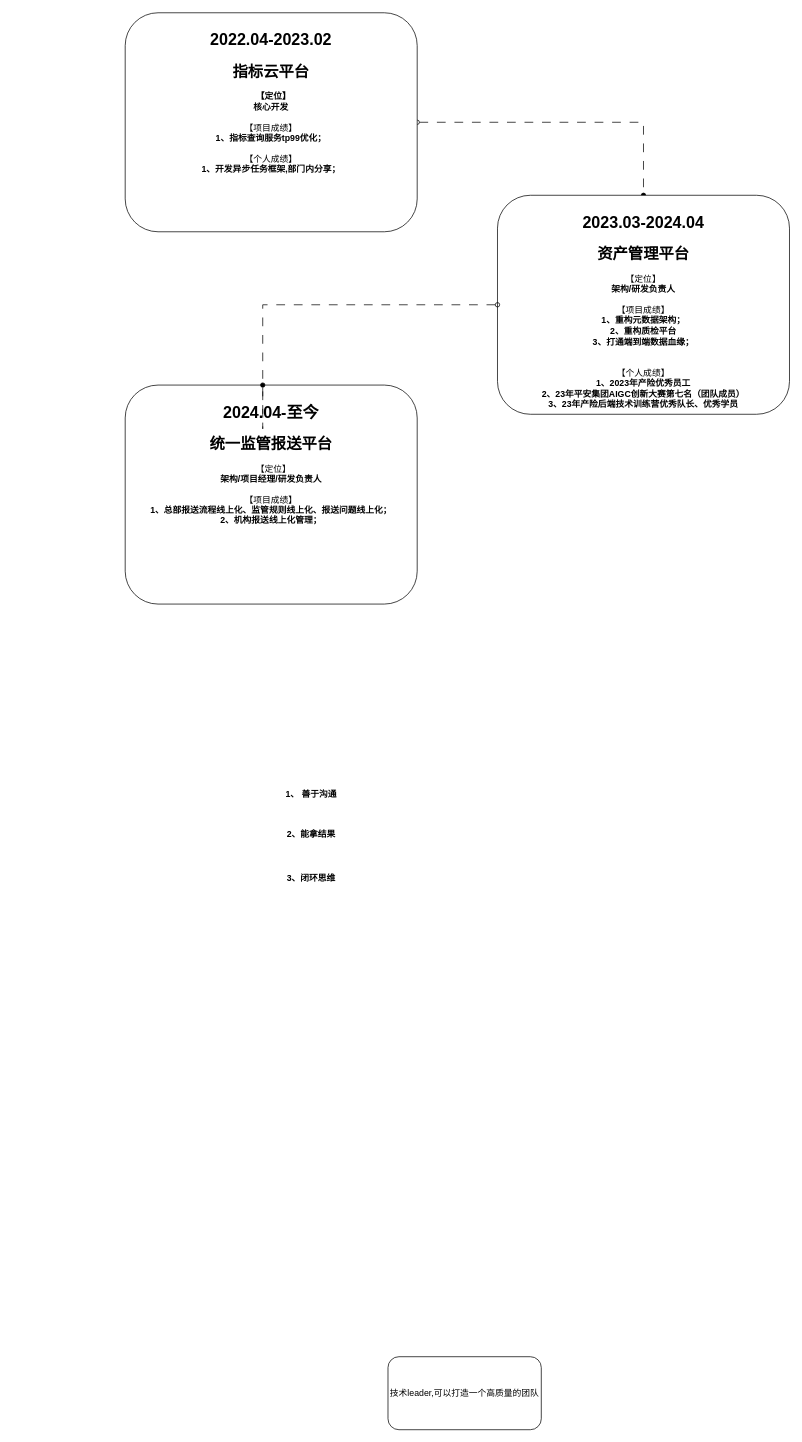
Above: page "个人履历" (1 of 3) of 个人材料.drawio in n-i-n-g-e-n/drawio (draw.io), before the change. Source tidied: cells renumbered, new cells numbered last; positions are measured from the earlier drawing's top-left corner, leaving out a move shared by most shapes. Both pictures are drawn from the tidied source at 73%, with x=0, y=0 at pixel (125, 12).
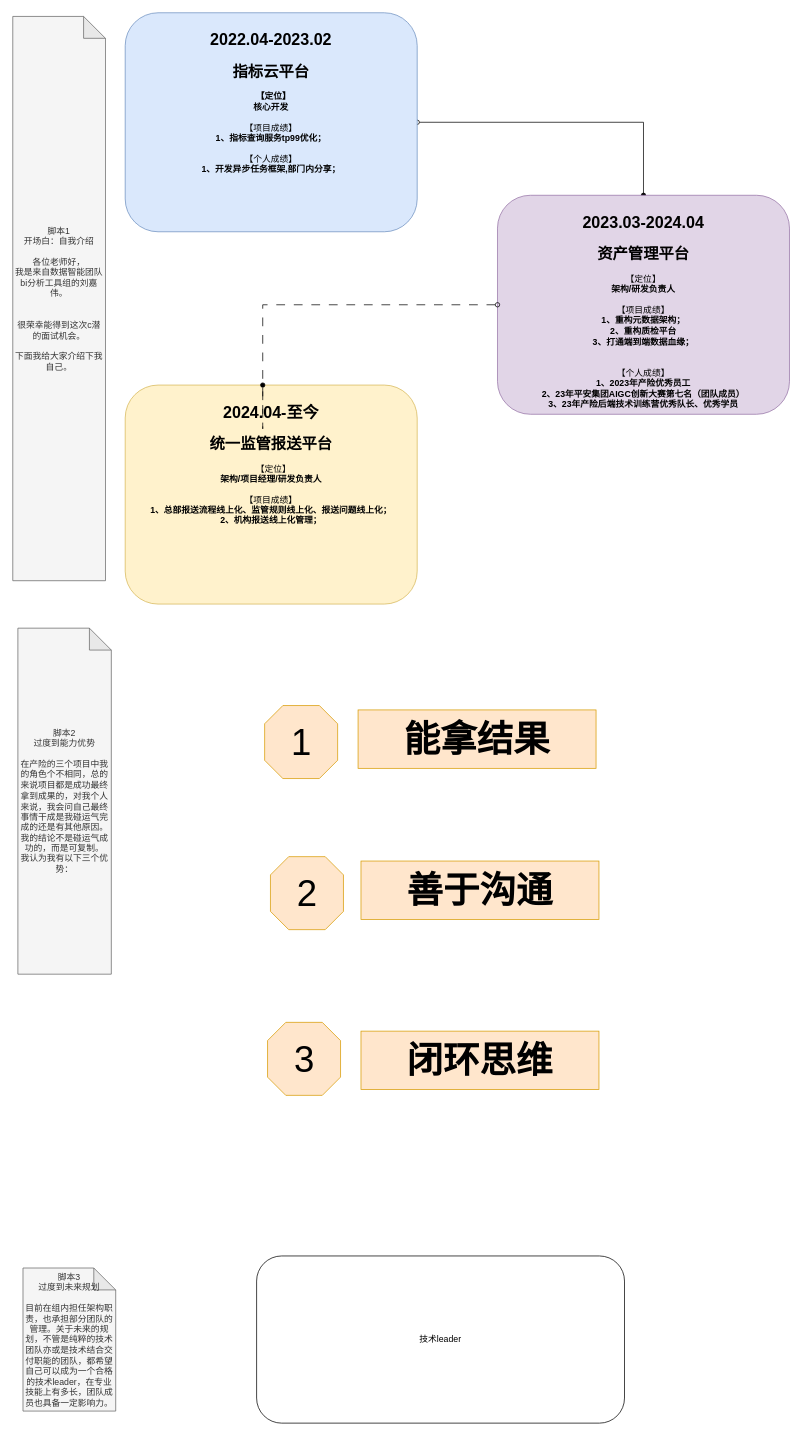
Above is the later version.

The edit, as a diff of the source:
```diff
@@
 <mxGraphModel>
   <root>
     <mxCell id="0" />
     <mxCell id="1" parent="0" />
-    <mxCell id="2" style="edgeStyle=orthogonalEdgeStyle;rounded=0;jettySize=auto;html=1;exitX=1;exitY=0.5;exitDx=0;exitDy=0;entryX=0.5;entryY=0;entryDx=0;entryDy=0;dashed=1;dashPattern=12 12;startArrow=oval;startFill=0;endArrow=oval;endFill=1;" parent="1" edge="1" source="3" target="8">
+    <mxCell id="2" style="edgeStyle=orthogonalEdgeStyle;rounded=0;jettySize=auto;html=1;exitX=1;exitY=0.5;exitDx=0;exitDy=0;entryX=0.5;entryY=0;entryDx=0;entryDy=0;startArrow=oval;startFill=0;endArrow=oval;endFill=1;" parent="1" edge="1" source="3" target="8">
       <mxGeometry relative="1" as="geometry" />
     </mxCell>
-    <mxCell id="3" value="&lt;h1&gt;&lt;font style=&quot;font-size: 22px;&quot;&gt;2022.04-2023.02&lt;/font&gt;&lt;/h1&gt;&lt;div&gt;&lt;span style=&quot;font-size: 21px;&quot;&gt;&lt;b&gt;指标云平台&lt;/b&gt;&lt;/span&gt;&lt;/div&gt;&lt;div&gt;&lt;br&gt;&lt;/div&gt;&lt;div&gt;&lt;b&gt;&amp;nbsp;&amp;nbsp;【定位】&lt;/b&gt;&lt;/div&gt;&lt;div&gt;&lt;b style=&quot;background-color: initial;&quot;&gt;核心开发&lt;/b&gt;&lt;/div&gt;&lt;div&gt;&lt;b style=&quot;background-color: initial;&quot;&gt;&lt;br&gt;&lt;/b&gt;&lt;/div&gt;&lt;div&gt;&lt;span style=&quot;background-color: initial;&quot;&gt;【项目成绩&lt;/span&gt;&lt;span style=&quot;background-color: initial;&quot;&gt;】&lt;/span&gt;&lt;br&gt;&lt;/div&gt;&lt;div&gt;&lt;b style=&quot;background-color: initial;&quot;&gt;1、指标查询服务tp99优化；&lt;/b&gt;&lt;/div&gt;&lt;div&gt;&lt;b style=&quot;background-color: initial;&quot;&gt;&lt;br&gt;&lt;/b&gt;&lt;/div&gt;&lt;div&gt;【个人成绩】&lt;/div&gt;&lt;div&gt;&lt;div&gt;&lt;b&gt;1、开发异步任务框架,部门内分享；&lt;/b&gt;&lt;/div&gt;&lt;/div&gt;&lt;div&gt;&lt;b&gt;&lt;br&gt;&lt;/b&gt;&lt;/div&gt;&lt;div&gt;&lt;b&gt;&lt;br&gt;&lt;/b&gt;&lt;/div&gt;" style="rounded=1;whiteSpace=wrap;html=1;horizontal=1;verticalAlign=top;" parent="1" vertex="1">
+    <mxCell id="3" value="&lt;h1&gt;&lt;font style=&quot;font-size: 22px;&quot;&gt;2022.04-2023.02&lt;/font&gt;&lt;/h1&gt;&lt;div&gt;&lt;span style=&quot;font-size: 21px;&quot;&gt;&lt;b&gt;指标云平台&lt;/b&gt;&lt;/span&gt;&lt;/div&gt;&lt;div&gt;&lt;br&gt;&lt;/div&gt;&lt;div&gt;&lt;b&gt;&amp;nbsp;&amp;nbsp;【定位】&lt;/b&gt;&lt;/div&gt;&lt;div&gt;&lt;b style=&quot;background-color: initial;&quot;&gt;核心开发&lt;/b&gt;&lt;/div&gt;&lt;div&gt;&lt;b style=&quot;background-color: initial;&quot;&gt;&lt;br&gt;&lt;/b&gt;&lt;/div&gt;&lt;div&gt;&lt;span style=&quot;background-color: initial;&quot;&gt;【项目成绩&lt;/span&gt;&lt;span style=&quot;background-color: initial;&quot;&gt;】&lt;/span&gt;&lt;br&gt;&lt;/div&gt;&lt;div&gt;&lt;b style=&quot;background-color: initial;&quot;&gt;1、指标查询服务tp99优化；&lt;/b&gt;&lt;/div&gt;&lt;div&gt;&lt;b style=&quot;background-color: initial;&quot;&gt;&lt;br&gt;&lt;/b&gt;&lt;/div&gt;&lt;div&gt;【个人成绩】&lt;/div&gt;&lt;div&gt;&lt;div&gt;&lt;b&gt;1、开发异步任务框架,部门内分享；&lt;/b&gt;&lt;/div&gt;&lt;/div&gt;&lt;div&gt;&lt;b&gt;&lt;br&gt;&lt;/b&gt;&lt;/div&gt;&lt;div&gt;&lt;b&gt;&lt;br&gt;&lt;/b&gt;&lt;/div&gt;" style="rounded=1;whiteSpace=wrap;html=1;horizontal=1;verticalAlign=top;fillColor=#dae8fc;strokeColor=#6c8ebf;" parent="1" vertex="1">
       <mxGeometry width="400" height="300" as="geometry" />
     </mxCell>
-    <mxCell id="4" value="1、 善于沟通" style="text;html=1;align=center;verticalAlign=middle;whiteSpace=wrap;rounded=0;fontStyle=1;" parent="1" vertex="1">
-      <mxGeometry x="170" y="1051" width="170" height="40" as="geometry" />
+    <mxCell id="4" value="善于沟通" style="text;html=1;align=center;verticalAlign=middle;whiteSpace=wrap;rounded=0;fontStyle=1;fontSize=50;fillColor=#ffe6cc;strokeColor=#d79b00;" parent="1" vertex="1">
+      <mxGeometry x="323" y="1162" width="326" height="80" as="geometry" />
     </mxCell>
-    <mxCell id="5" value="2、能拿结果" style="text;html=1;align=center;verticalAlign=middle;whiteSpace=wrap;rounded=0;fontStyle=1;" parent="1" vertex="1">
-      <mxGeometry x="170" y="1111" width="170" height="30" as="geometry" />
-    </mxCell>
-    <mxCell id="6" value="3、闭环思维" style="text;html=1;align=center;verticalAlign=middle;whiteSpace=wrap;rounded=0;fontStyle=1;" parent="1" vertex="1">
-      <mxGeometry x="195" y="1171" width="120" height="30" as="geometry" />
-    </mxCell>
-    <mxCell id="7" value="技术leader,可以打造一个高质量的团队" style="rounded=1;whiteSpace=wrap;html=1;" parent="1" vertex="1">
-      <mxGeometry x="360" y="1841" width="210" height="100" as="geometry" />
+    <mxCell id="7" value="技术leader" style="rounded=1;whiteSpace=wrap;html=1;" parent="1" vertex="1">
+      <mxGeometry x="180" y="1703" width="504" height="229" as="geometry" />
     </mxCell>
-    <mxCell id="8" value="&lt;h1&gt;&lt;font style=&quot;font-size: 22px;&quot;&gt;2023.03-2024.04&lt;/font&gt;&lt;/h1&gt;&lt;div&gt;&lt;span style=&quot;font-size: 21px;&quot;&gt;&lt;b&gt;资产管理平台&lt;/b&gt;&lt;/span&gt;&lt;/div&gt;&lt;div&gt;&lt;b style=&quot;background-color: initial;&quot;&gt;&lt;br&gt;&lt;/b&gt;&lt;/div&gt;&lt;div&gt;&lt;span style=&quot;background-color: initial;&quot;&gt;【定位】&lt;/span&gt;&lt;br&gt;&lt;/div&gt;&lt;div&gt;&lt;b&gt;架构/研发负责人&lt;/b&gt;&lt;/div&gt;&lt;div&gt;&lt;br&gt;&lt;/div&gt;&lt;div&gt;【项目成绩】&lt;/div&gt;&lt;div&gt;&lt;b&gt;1、重构元数据架构；&lt;/b&gt;&lt;/div&gt;&lt;div&gt;&lt;b&gt;2、重构质检平台&lt;/b&gt;&lt;/div&gt;&lt;div&gt;&lt;b&gt;3、打通端到端数据血缘；&lt;/b&gt;&lt;/div&gt;&lt;div&gt;&lt;b&gt;&lt;br&gt;&lt;/b&gt;&lt;/div&gt;&lt;div&gt;&lt;b&gt;&lt;br&gt;&lt;/b&gt;&lt;/div&gt;&lt;div&gt;【个人成绩】&lt;/div&gt;&lt;div&gt;&lt;b&gt;1、2023年产险优秀员工&lt;/b&gt;&lt;/div&gt;&lt;div&gt;&lt;b&gt;2、23年平安集团AIGC创新大赛第七名（团队成员）&lt;/b&gt;&lt;/div&gt;&lt;div&gt;&lt;b&gt;3、23年产险后端技术训练营优秀队长、优秀学员&lt;/b&gt;&lt;/div&gt;" style="rounded=1;whiteSpace=wrap;html=1;horizontal=1;verticalAlign=top;" parent="1" vertex="1">
+    <mxCell id="8" value="&lt;h1&gt;&lt;font style=&quot;font-size: 22px;&quot;&gt;2023.03-2024.04&lt;/font&gt;&lt;/h1&gt;&lt;div&gt;&lt;span style=&quot;font-size: 21px;&quot;&gt;&lt;b&gt;资产管理平台&lt;/b&gt;&lt;/span&gt;&lt;/div&gt;&lt;div&gt;&lt;b style=&quot;background-color: initial;&quot;&gt;&lt;br&gt;&lt;/b&gt;&lt;/div&gt;&lt;div&gt;&lt;span style=&quot;background-color: initial;&quot;&gt;【定位】&lt;/span&gt;&lt;br&gt;&lt;/div&gt;&lt;div&gt;&lt;b&gt;架构/研发负责人&lt;/b&gt;&lt;/div&gt;&lt;div&gt;&lt;br&gt;&lt;/div&gt;&lt;div&gt;【项目成绩】&lt;/div&gt;&lt;div&gt;&lt;b&gt;1、重构元数据架构；&lt;/b&gt;&lt;/div&gt;&lt;div&gt;&lt;b&gt;2、重构质检平台&lt;/b&gt;&lt;/div&gt;&lt;div&gt;&lt;b&gt;3、打通端到端数据血缘；&lt;/b&gt;&lt;/div&gt;&lt;div&gt;&lt;b&gt;&lt;br&gt;&lt;/b&gt;&lt;/div&gt;&lt;div&gt;&lt;b&gt;&lt;br&gt;&lt;/b&gt;&lt;/div&gt;&lt;div&gt;【个人成绩】&lt;/div&gt;&lt;div&gt;&lt;b&gt;1、2023年产险优秀员工&lt;/b&gt;&lt;/div&gt;&lt;div&gt;&lt;b&gt;2、23年平安集团AIGC创新大赛第七名（团队成员）&lt;/b&gt;&lt;/div&gt;&lt;div&gt;&lt;b&gt;3、23年产险后端技术训练营优秀队长、优秀学员&lt;/b&gt;&lt;/div&gt;" style="rounded=1;whiteSpace=wrap;html=1;horizontal=1;verticalAlign=top;fillColor=#e1d5e7;strokeColor=#9673a6;" parent="1" vertex="1">
       <mxGeometry x="510" y="250" width="400" height="300" as="geometry" />
     </mxCell>
-    <mxCell id="9" value="&lt;h1&gt;&lt;font style=&quot;font-size: 22px;&quot;&gt;2024.04-至今&lt;/font&gt;&lt;/h1&gt;&lt;div&gt;&lt;span style=&quot;font-size: 21px;&quot;&gt;&lt;b&gt;统一监管报送平台&lt;/b&gt;&lt;/span&gt;&lt;/div&gt;&lt;div&gt;&lt;br&gt;&lt;/div&gt;&lt;div&gt;&amp;nbsp;&amp;nbsp;【定位】&lt;/div&gt;&lt;div&gt;&lt;b&gt;架构/项目经理/研发负责人&lt;/b&gt;&lt;/div&gt;&lt;div&gt;&lt;br&gt;&lt;/div&gt;&lt;div&gt;【项目成绩】&lt;/div&gt;&lt;div&gt;&lt;b&gt;1、总部报送流程线上化、监管规则线上化、报送问题线上化；&lt;/b&gt;&lt;/div&gt;&lt;div&gt;&lt;b&gt;2、机构报送线上化管理；&lt;/b&gt;&lt;/div&gt;&lt;div&gt;&lt;br&gt;&lt;/div&gt;" style="rounded=1;whiteSpace=wrap;html=1;horizontal=1;verticalAlign=top;" parent="1" vertex="1">
+    <mxCell id="9" value="&lt;h1&gt;&lt;font style=&quot;font-size: 22px;&quot;&gt;2024.04-至今&lt;/font&gt;&lt;/h1&gt;&lt;div&gt;&lt;span style=&quot;font-size: 21px;&quot;&gt;&lt;b&gt;统一监管报送平台&lt;/b&gt;&lt;/span&gt;&lt;/div&gt;&lt;div&gt;&lt;br&gt;&lt;/div&gt;&lt;div&gt;&amp;nbsp;&amp;nbsp;【定位】&lt;/div&gt;&lt;div&gt;&lt;b&gt;架构/项目经理/研发负责人&lt;/b&gt;&lt;/div&gt;&lt;div&gt;&lt;br&gt;&lt;/div&gt;&lt;div&gt;【项目成绩】&lt;/div&gt;&lt;div&gt;&lt;b&gt;1、总部报送流程线上化、监管规则线上化、报送问题线上化；&lt;/b&gt;&lt;/div&gt;&lt;div&gt;&lt;b&gt;2、机构报送线上化管理；&lt;/b&gt;&lt;/div&gt;&lt;div&gt;&lt;br&gt;&lt;/div&gt;" style="rounded=1;whiteSpace=wrap;html=1;horizontal=1;verticalAlign=top;fillColor=#fff2cc;strokeColor=#d6b656;" parent="1" vertex="1">
       <mxGeometry y="510" width="400" height="300" as="geometry" />
     </mxCell>
     <mxCell id="10" style="edgeStyle=orthogonalEdgeStyle;rounded=0;jettySize=auto;html=1;exitX=0;exitY=0.5;exitDx=0;exitDy=0;entryX=0.471;entryY=0;entryDx=0;entryDy=0;entryPerimeter=0;startArrow=oval;startFill=0;endArrow=oval;endFill=1;dashed=1;dashPattern=12 12;" parent="1" edge="1" source="8" target="9">
       <mxGeometry relative="1" as="geometry" />
     </mxCell>
+    <mxCell id="11" value="能拿结果" style="text;html=1;align=center;verticalAlign=middle;whiteSpace=wrap;rounded=0;fontStyle=1;fontSize=50;fillColor=#ffe6cc;strokeColor=#d79b00;" parent="1" vertex="1">
+      <mxGeometry x="319" y="955" width="326" height="80" as="geometry" />
+    </mxCell>
+    <mxCell id="12" value="闭环思维" style="text;html=1;align=center;verticalAlign=middle;whiteSpace=wrap;rounded=0;fontStyle=1;fontSize=50;fillColor=#ffe6cc;strokeColor=#d79b00;" parent="1" vertex="1">
+      <mxGeometry x="323" y="1395" width="326" height="80" as="geometry" />
+    </mxCell>
+    <mxCell id="13" value="1" style="verticalLabelPosition=middle;verticalAlign=middle;html=1;shape=mxgraph.basic.polygon;polyCoords=[[0.25,0],[0.75,0],[1,0.25],[1,0.75],[0.75,1],[0.25,1],[0,0.75],[0,0.25]];polyline=0;labelPosition=center;align=center;fontSize=50;fillColor=#ffe6cc;strokeColor=#d79b00;" parent="1" vertex="1">
+      <mxGeometry x="191" y="949" width="100" height="100" as="geometry" />
+    </mxCell>
+    <mxCell id="14" value="2" style="verticalLabelPosition=middle;verticalAlign=middle;html=1;shape=mxgraph.basic.polygon;polyCoords=[[0.25,0],[0.75,0],[1,0.25],[1,0.75],[0.75,1],[0.25,1],[0,0.75],[0,0.25]];polyline=0;labelPosition=center;align=center;fontSize=50;fillColor=#ffe6cc;strokeColor=#d79b00;" parent="1" vertex="1">
+      <mxGeometry x="199" y="1156" width="100" height="100" as="geometry" />
+    </mxCell>
+    <mxCell id="15" value="3" style="verticalLabelPosition=middle;verticalAlign=middle;html=1;shape=mxgraph.basic.polygon;polyCoords=[[0.25,0],[0.75,0],[1,0.25],[1,0.75],[0.75,1],[0.25,1],[0,0.75],[0,0.25]];polyline=0;labelPosition=center;align=center;fontSize=50;fillColor=#ffe6cc;strokeColor=#d79b00;" parent="1" vertex="1">
+      <mxGeometry x="195" y="1383" width="100" height="100" as="geometry" />
+    </mxCell>
+    <mxCell id="16" value="脚本1&lt;div&gt;开场白：自我介绍&lt;/div&gt;&lt;div&gt;&lt;br&gt;&lt;/div&gt;&lt;div&gt;各位老师好，&lt;/div&gt;&lt;div&gt;我是来自数据智能团队bi分析工具组的刘嘉伟。&lt;/div&gt;&lt;div&gt;&lt;br&gt;&lt;/div&gt;&lt;div&gt;&lt;br&gt;&lt;/div&gt;&lt;div&gt;很荣幸能得到这次c潜的面试机会。&lt;/div&gt;&lt;div&gt;&lt;br&gt;&lt;/div&gt;&lt;div&gt;下面我给大家介绍下我自己。&lt;/div&gt;" style="shape=note;whiteSpace=wrap;html=1;backgroundOutline=1;darkOpacity=0.05;fillColor=#f5f5f5;fontColor=#333333;strokeColor=#666666;" parent="1" vertex="1">
+      <mxGeometry x="-154" y="5" width="127" height="773" as="geometry" />
+    </mxCell>
+    <mxCell id="17" value="脚本2&lt;div&gt;过度到能力优势&lt;/div&gt;&lt;div&gt;&lt;br&gt;&lt;/div&gt;&lt;div&gt;在产险的三个项目中我的角色个不相同，总的来说项目都是成功最终拿到成果的，对我个人来说，我会问自己最终事情干成是我碰运气完成的还是有其他原因。&lt;/div&gt;&lt;div&gt;我的结论不是碰运气成功的，而是可复制。&lt;/div&gt;&lt;div&gt;我认为我有以下三个优势：&lt;/div&gt;" style="shape=note;whiteSpace=wrap;html=1;backgroundOutline=1;darkOpacity=0.05;fillColor=#f5f5f5;fontColor=#333333;strokeColor=#666666;" parent="1" vertex="1">
+      <mxGeometry x="-147" y="843" width="128" height="474" as="geometry" />
+    </mxCell>
+    <mxCell id="18" value="脚本3&lt;div&gt;过度到未来规划&lt;/div&gt;&lt;div&gt;&lt;br&gt;&lt;/div&gt;&lt;div&gt;目前在组内担任架构职责，也承担部分团队的管理。关于未来的规划，不管是纯粹的技术团队亦或是技术结合交付职能的团队，都希望自己可以成为一个合格的技术leader，在专业技能上有多长，团队成员也具备一定影响力。&lt;/div&gt;" style="shape=note;whiteSpace=wrap;html=1;backgroundOutline=1;darkOpacity=0.05;fillColor=#f5f5f5;fontColor=#333333;strokeColor=#666666;" parent="1" vertex="1">
+      <mxGeometry x="-140" y="1719.5" width="127" height="196" as="geometry" />
+    </mxCell>
   </root>
 </mxGraphModel>
```
